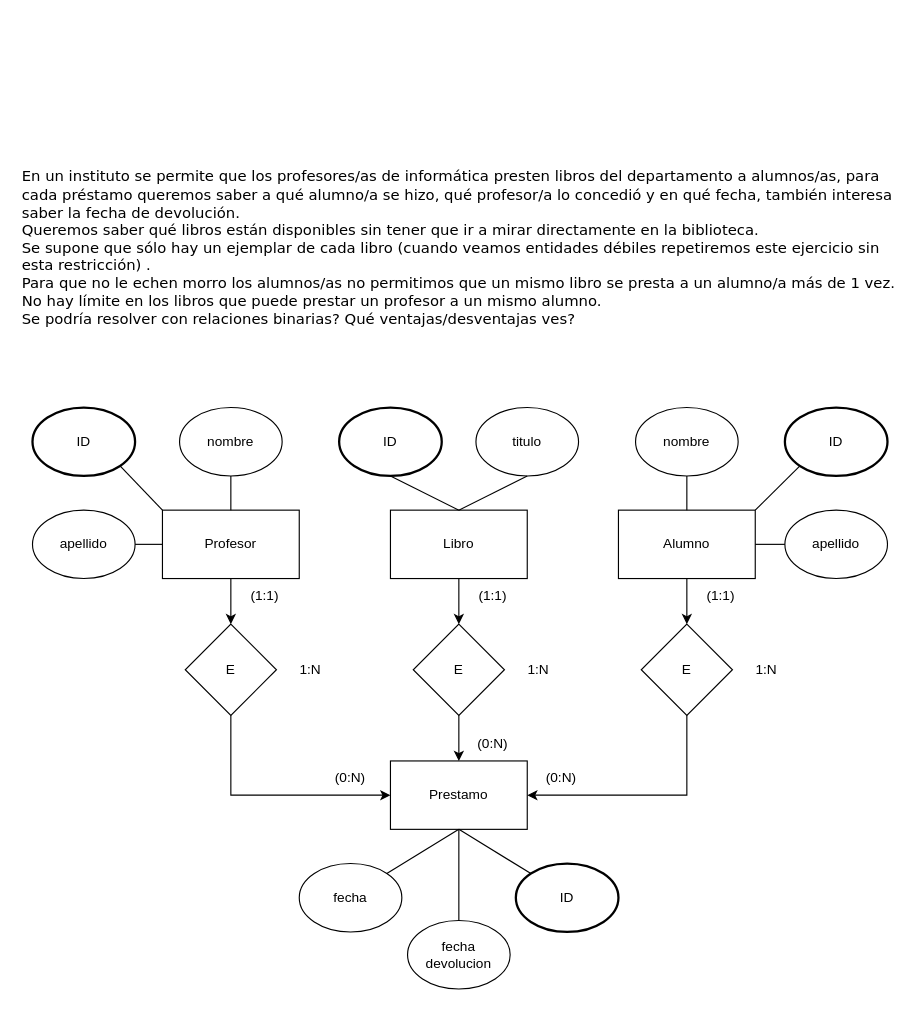
Earlier version of the draw.io diagram drawio/Ejer3.drawio (DiEgOfercri/Modelos-BBDD). Source tidied: cells renumbered, new cells numbered last; positions are measured from the earlier drawing's top-left corner, leaving out a move shared by most shapes. Both pictures are drawn from the tidied source at 114%, with x=0, y=0 at pixel (19, 156).
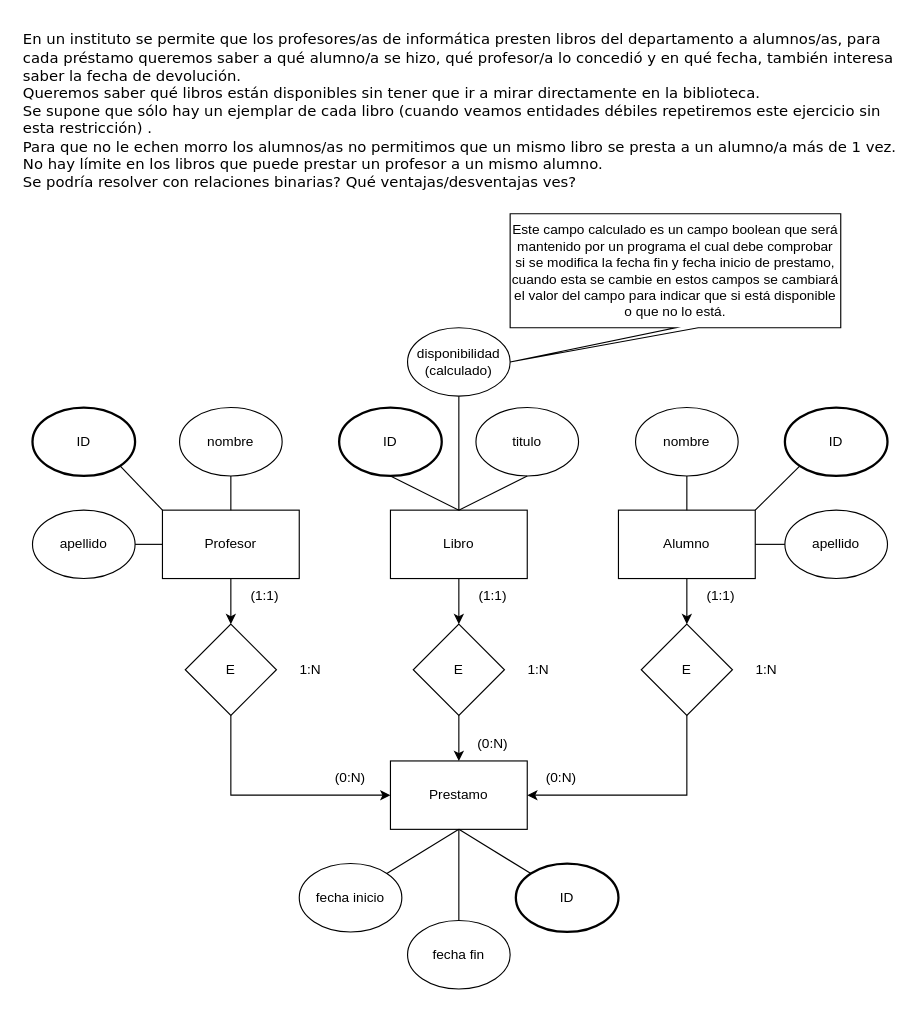
The same page after the edit.

The change refers to these unchanged cells:
```xml
<mxCell id="8" value="Libro" style="rounded=0;whiteSpace=wrap;html=1;" parent="1" vertex="1">
  <mxGeometry x="325" y="310" width="120" height="60" as="geometry" />
</mxCell>
```

What changed in the source:
```diff
@@
     <mxCell id="2" value="En un instituto se permite que los profesores/as de informática presten libros del departamento a alumnos/as, para cada préstamo queremos saber a qué alumno/a se hizo, qué profesor/a lo concedió y en qué fecha, también interesa saber la fecha de devolución.&lt;br style=&quot;font-size: 13px;&quot;&gt;Queremos saber qué libros están disponibles sin tener que ir a mirar directamente en la biblioteca.&lt;br style=&quot;font-size: 13px;&quot;&gt;Se supone que sólo hay un ejemplar de cada libro (cuando veamos entidades débiles repetiremos este ejercicio sin esta restricción) .&lt;br style=&quot;font-size: 13px;&quot;&gt;Para que no le echen morro los alumnos/as no permitimos que un mismo libro se presta a un alumno/a más de 1 vez.&lt;br style=&quot;font-size: 13px;&quot;&gt;No hay límite en los libros que puede prestar un profesor a un mismo alumno.&lt;br style=&quot;font-size: 13px;&quot;&gt;Se podría resolver con relaciones binarias? Qué ventajas/desventajas ves?" style="text;html=1;strokeColor=none;fillColor=none;align=left;verticalAlign=middle;whiteSpace=wrap;rounded=0;fontSize=13;fontStyle=0;fontFamily=Verdana;" parent="1" vertex="1">
-      <mxGeometry width="769" height="160" as="geometry" />
+      <mxGeometry x="1" y="-120" width="769" height="160" as="geometry" />
     </mxCell>
@@
-    <mxCell id="18" value="fecha" style="ellipse;whiteSpace=wrap;html=1;" parent="1" vertex="1">
+    <mxCell id="18" value="fecha inicio" style="ellipse;whiteSpace=wrap;html=1;" parent="1" vertex="1">
       <mxGeometry x="245" y="620" width="90" height="60" as="geometry" />
     </mxCell>
@@
-    <mxCell id="34" value="fecha devolucion" style="ellipse;whiteSpace=wrap;html=1;" parent="1" vertex="1">
+    <mxCell id="34" value="fecha fin" style="ellipse;whiteSpace=wrap;html=1;" parent="1" vertex="1">
       <mxGeometry x="340" y="670" width="90" height="60" as="geometry" />
     </mxCell>
@@
+    <mxCell id="47" value="disponibilidad&lt;br&gt;(calculado)" style="ellipse;whiteSpace=wrap;html=1;" parent="1" vertex="1">
+      <mxGeometry x="340" y="150" width="90" height="60" as="geometry" />
+    </mxCell>
+    <mxCell id="48" style="endArrow=none;html=1;rounded=0;entryX=0.5;entryY=0;entryDx=0;entryDy=0;exitX=0.5;exitY=1;exitDx=0;exitDy=0;" parent="1" edge="1" source="47" target="8">
+      <mxGeometry relative="1" as="geometry" />
+    </mxCell>
+    <mxCell id="49" value="Este campo calculado es un campo boolean que será mantenido por un programa el cual debe comprobar si se modifica la fecha fin y fecha inicio de prestamo, cuando esta se cambie en estos campos se cambiará el valor del campo para indicar que si está disponible o que no lo está.&lt;div style=&quot;text-align: justify;&quot;&gt;&lt;/div&gt;" style="shape=callout;whiteSpace=wrap;html=1;perimeter=calloutPerimeter;position2=0;" parent="1" vertex="1">
+      <mxGeometry x="430" y="50" width="290" height="130" as="geometry" />
+    </mxCell>
```
